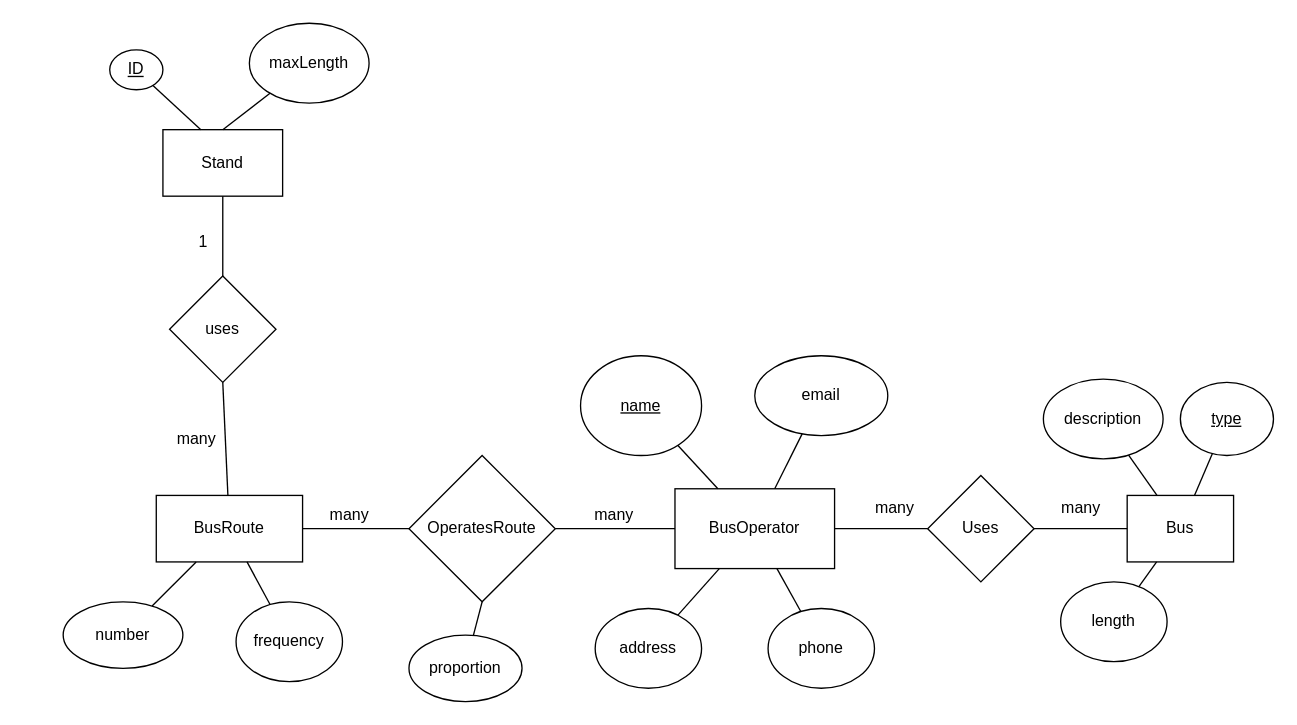
The draw.io diagram 未命名绘图.drawio in clostea/draw, before the edit. Source tidied: cells renumbered, new cells numbered last; positions are measured from the earlier drawing's top-left corner, leaving out a move shared by most shapes. Both pictures are drawn from the tidied source at 133%, with x=0, y=0 at pixel (63, 23).
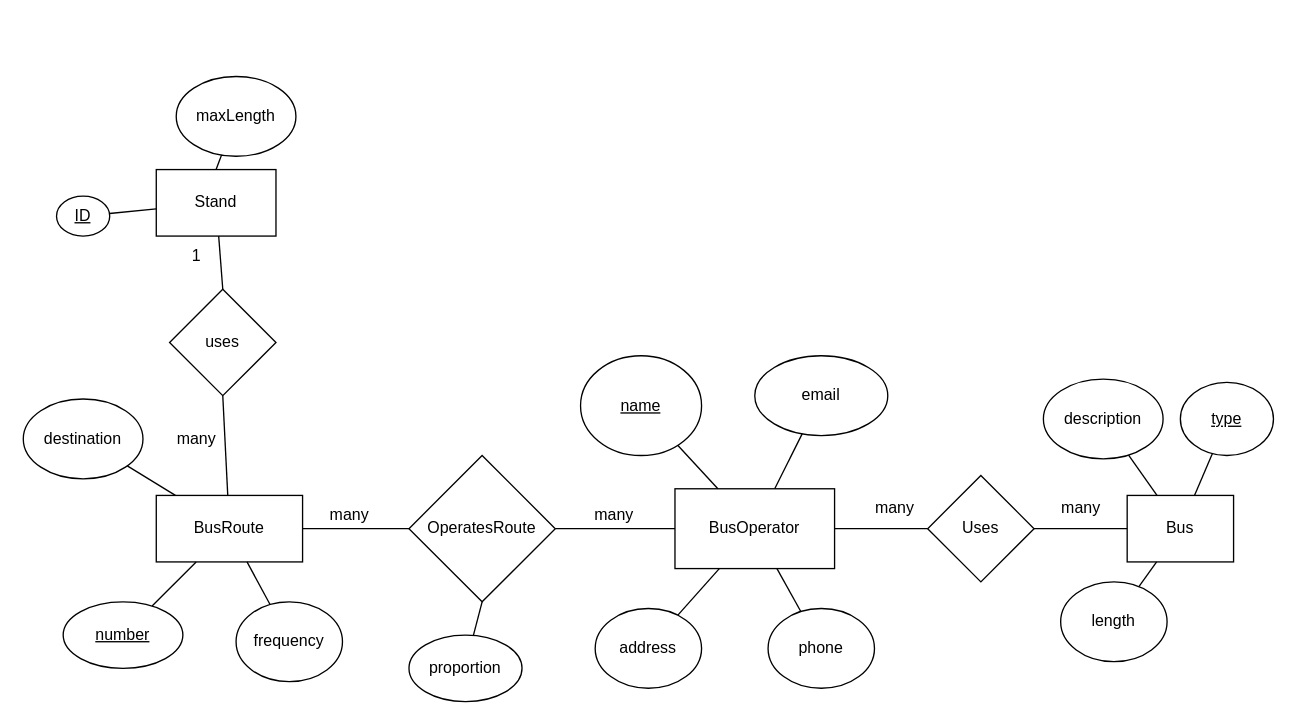
After the change.

Commit message:
更新未命名绘图.drawio

Unchanged cells that the change refers to:
```xml
<mxCell id="16" value="BusRoute" style="rounded=0;whiteSpace=wrap;html=1;" parent="1" vertex="1">
  <mxGeometry x="70" y="355" width="110" height="50" as="geometry" />
</mxCell>
```

What changed in the source:
```diff
@@
     <mxCell id="2" value="Stand" style="rounded=0;whiteSpace=wrap;html=1;" parent="1" vertex="1">
-      <mxGeometry x="75" y="80" width="90" height="50" as="geometry" />
+      <mxGeometry x="70" y="110" width="90" height="50" as="geometry" />
     </mxCell>
     <mxCell id="3" value="&lt;u&gt;ID&lt;/u&gt;" style="ellipse;whiteSpace=wrap;html=1;" parent="1" vertex="1">
-      <mxGeometry x="35" y="20" width="40" height="30" as="geometry" />
+      <mxGeometry x="-5" y="130" width="40" height="30" as="geometry" />
     </mxCell>
     <mxCell id="4" value="maxLength" style="ellipse;whiteSpace=wrap;html=1;" parent="1" vertex="1">
-      <mxGeometry x="140" width="90" height="60" as="geometry" />
+      <mxGeometry x="85" y="40" width="90" height="60" as="geometry" />
     </mxCell>
-    <mxCell id="5" style="endArrow=none;html=1;rounded=0;exitX=0.317;exitY=0;exitDx=0;exitDy=0;exitPerimeter=0;" parent="1" edge="1" source="2" target="3">
+    <mxCell id="5" style="endArrow=none;html=1;rounded=0;" parent="1" edge="1" source="2" target="3">
       <mxGeometry relative="1" as="geometry" />
     </mxCell>
@@
-    <mxCell id="17" value="number" style="ellipse;whiteSpace=wrap;html=1;" parent="1" vertex="1">
+    <mxCell id="17" value="&lt;u&gt;number&lt;/u&gt;" style="ellipse;whiteSpace=wrap;html=1;" parent="1" vertex="1">
       <mxGeometry y="435" width="90" height="50" as="geometry" />
     </mxCell>
@@
     <mxCell id="35" value="uses" style="rhombus;whiteSpace=wrap;html=1;" parent="1" vertex="1">
-      <mxGeometry x="80" y="190" width="80" height="80" as="geometry" />
+      <mxGeometry x="80" y="200" width="80" height="80" as="geometry" />
     </mxCell>
@@
     <mxCell id="43" value="1" style="text;html=1;align=center;verticalAlign=middle;strokeColor=none;fillColor=none;" parent="1" vertex="1">
-      <mxGeometry x="90" y="150" width="30" height="30" as="geometry" />
+      <mxGeometry x="85" y="160" width="30" height="30" as="geometry" />
     </mxCell>
@@
+    <mxCell id="45" value="destination" style="ellipse;whiteSpace=wrap;html=1;" parent="1" vertex="1">
+      <mxGeometry x="-30" y="282.5" width="90" height="60" as="geometry" />
+    </mxCell>
+    <mxCell id="46" style="endArrow=none;html=1;rounded=0;" parent="1" edge="1" source="16" target="45">
+      <mxGeometry relative="1" as="geometry" />
+    </mxCell>
```
